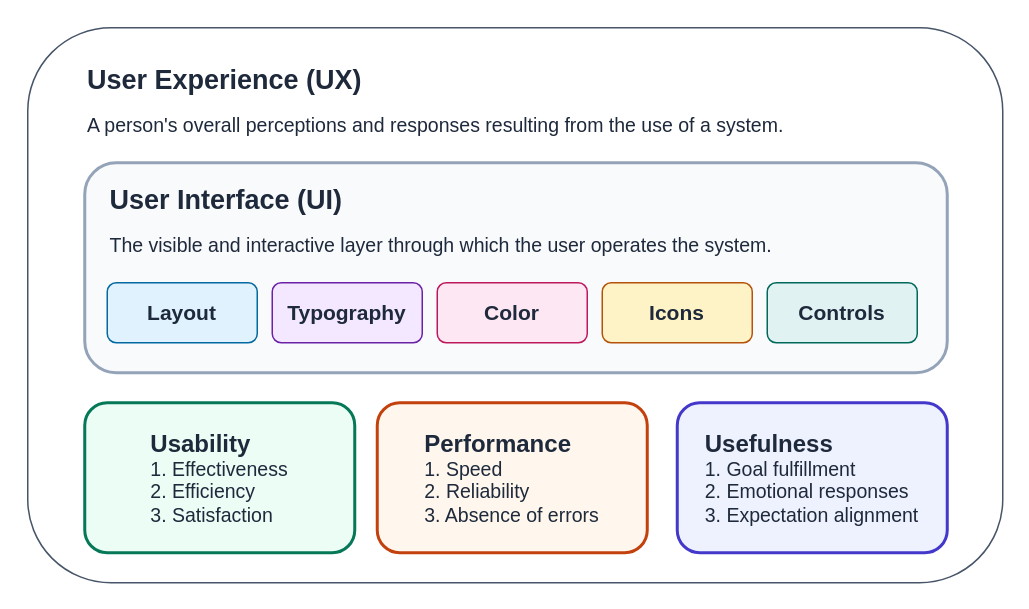
Earlier version of the draw.io diagram thesis_figure_one.drawio (Matasem-h/SimpleFlowcharts). Source tidied: cells renumbered, new cells numbered last; positions are measured from the earlier drawing's top-left corner, leaving out a move shared by most shapes. Both pictures are drawn from the tidied source at 150%, with x=0, y=0 at pixel (27, 27).
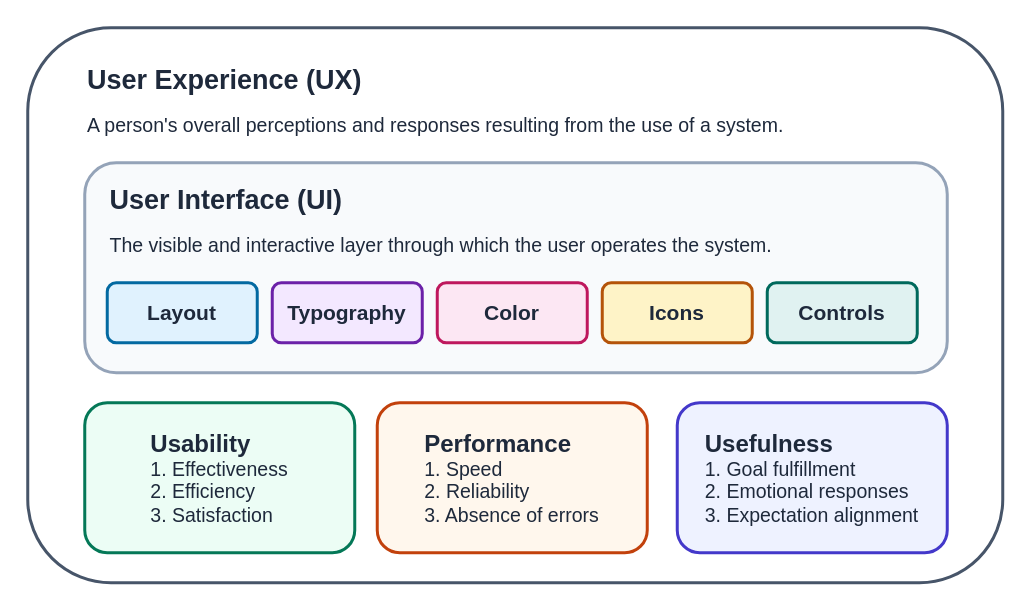
The same diagram, later.

Change to the diagram source:
```diff
@@
 <mxGraphModel>
   <root>
     <mxCell id="0" />
     <mxCell id="1" parent="0" />
-    <mxCell id="2" style="rounded=1;whiteSpace=wrap;html=1;align=left;fillColor=#FFFFFF;strokeColor=#475569;fontColor=#1E293B;" parent="1" vertex="1">
+    <mxCell id="2" style="rounded=1;whiteSpace=wrap;html=1;align=left;fillColor=#FFFFFF;strokeColor=#475569;fontColor=#1E293B;strokeWidth=2;" parent="1" vertex="1">
       <mxGeometry width="650" height="370" as="geometry" />
     </mxCell>
     <mxCell id="3" value="&lt;font style=&quot;font-size: 18px;&quot;&gt;&lt;b&gt;User Experience (UX)&lt;/b&gt;&lt;/font&gt;" style="text;html=1;whiteSpace=wrap;strokeColor=none;fillColor=none;align=left;verticalAlign=middle;rounded=0;fontColor=#1E293B;" parent="1" vertex="1">
       <mxGeometry x="38" y="20" width="252" height="30" as="geometry" />
     </mxCell>
     <mxCell id="4" value="&lt;font&gt;A person's overall perceptions and responses resulting from the use of a system.&lt;/font&gt;" style="text;html=1;whiteSpace=wrap;strokeColor=none;fillColor=none;align=left;verticalAlign=middle;rounded=0;fontSize=13;fontColor=#1E293B;" parent="1" vertex="1">
       <mxGeometry x="38" y="50" width="575" height="30" as="geometry" />
     </mxCell>
     <mxCell id="5" style="rounded=1;whiteSpace=wrap;html=1;align=left;fontColor=#1E293B;fillColor=#F8FAFC;strokeColor=#94A3B8;strokeWidth=2;" parent="1" vertex="1">
       <mxGeometry x="38" y="90" width="575" height="140" as="geometry" />
     </mxCell>
     <mxCell id="6" value="&lt;font style=&quot;font-size: 18px;&quot;&gt;&lt;b&gt;User Interface (UI)&lt;/b&gt;&lt;/font&gt;" style="text;html=1;whiteSpace=wrap;strokeColor=none;fillColor=none;align=left;verticalAlign=middle;rounded=0;fontColor=#1E293B;" parent="1" vertex="1">
       <mxGeometry x="53" y="100" width="210" height="30" as="geometry" />
     </mxCell>
     <mxCell id="7" value="&lt;font&gt;The visible and interactive layer through which the user operates the system.&amp;nbsp;&lt;/font&gt;" style="text;html=1;whiteSpace=wrap;strokeColor=none;fillColor=none;align=left;verticalAlign=middle;rounded=0;fontSize=13;fontColor=#1E293B;" parent="1" vertex="1">
       <mxGeometry x="53" y="130" width="560" height="30" as="geometry" />
     </mxCell>
-    <mxCell id="8" value="Layout" style="rounded=1;whiteSpace=wrap;html=1;fontSize=14;fontColor=#1E293B;fillColor=#E0F2FE;fontStyle=1;strokeColor=#0369A1;" parent="1" vertex="1">
+    <mxCell id="8" value="Layout" style="rounded=1;whiteSpace=wrap;html=1;fontSize=14;fontColor=#1E293B;fillColor=#E0F2FE;fontStyle=1;strokeColor=#0369A1;strokeWidth=2;" parent="1" vertex="1">
       <mxGeometry x="53" y="170" width="100" height="40" as="geometry" />
     </mxCell>
-    <mxCell id="9" value="Typography" style="rounded=1;whiteSpace=wrap;html=1;fontSize=14;fontColor=#1E293B;fillColor=#F3E8FF;fontStyle=1;strokeColor=#6B21A8;" parent="1" vertex="1">
+    <mxCell id="9" value="Typography" style="rounded=1;whiteSpace=wrap;html=1;fontSize=14;fontColor=#1E293B;fillColor=#F3E8FF;fontStyle=1;strokeColor=#6B21A8;strokeWidth=2;" parent="1" vertex="1">
       <mxGeometry x="163" y="170" width="100" height="40" as="geometry" />
     </mxCell>
-    <mxCell id="10" value="Color" style="rounded=1;whiteSpace=wrap;html=1;fontSize=14;fontColor=#1E293B;fillColor=#FCE7F3;fontStyle=1;strokeColor=#BE185D;" parent="1" vertex="1">
+    <mxCell id="10" value="Color" style="rounded=1;whiteSpace=wrap;html=1;fontSize=14;fontColor=#1E293B;fillColor=#FCE7F3;fontStyle=1;strokeColor=#BE185D;strokeWidth=2;" parent="1" vertex="1">
       <mxGeometry x="273" y="170" width="100" height="40" as="geometry" />
     </mxCell>
-    <mxCell id="11" value="Controls" style="rounded=1;whiteSpace=wrap;html=1;fontSize=14;fontColor=#1E293B;fillColor=#E0F2F1;fontStyle=1;strokeColor=#00695C;" parent="1" vertex="1">
+    <mxCell id="11" value="Controls" style="rounded=1;whiteSpace=wrap;html=1;fontSize=14;fontColor=#1E293B;fillColor=#E0F2F1;fontStyle=1;strokeColor=#00695C;strokeWidth=2;" parent="1" vertex="1">
       <mxGeometry x="493" y="170" width="100" height="40" as="geometry" />
     </mxCell>
-    <mxCell id="12" value="Icons" style="rounded=1;whiteSpace=wrap;html=1;fontSize=14;fontColor=#1E293B;fillColor=#FEF3C7;fontStyle=1;strokeColor=#B45309;" parent="1" vertex="1">
+    <mxCell id="12" value="Icons" style="rounded=1;whiteSpace=wrap;html=1;fontSize=14;fontColor=#1E293B;fillColor=#FEF3C7;fontStyle=1;strokeColor=#B45309;strokeWidth=2;" parent="1" vertex="1">
       <mxGeometry x="383" y="170" width="100" height="40" as="geometry" />
     </mxCell>
     <mxCell id="13" value="&lt;div align=&quot;left&quot;&gt;&lt;font style=&quot;font-size: 16px;&quot;&gt;&lt;b&gt;Usability&lt;/b&gt;&lt;/font&gt;&lt;/div&gt;&lt;div align=&quot;left&quot;&gt;&lt;font style=&quot;font-size: 13px;&quot;&gt;1. Effectiveness&lt;/font&gt;&lt;/div&gt;&lt;div align=&quot;left&quot;&gt;&lt;font style=&quot;font-size: 13px;&quot;&gt;2. Efficiency&lt;/font&gt;&lt;/div&gt;&lt;div align=&quot;left&quot;&gt;&lt;font style=&quot;font-size: 13px;&quot;&gt;3. Satisfaction&lt;/font&gt;&lt;/div&gt;" style="rounded=1;whiteSpace=wrap;html=1;roundedPerimeter=1;fontColor=#1E293B;fillColor=#ECFDF5;strokeColor=#047857;strokeWidth=2;" parent="1" vertex="1">
       <mxGeometry x="38" y="250" width="180" height="100" as="geometry" />
     </mxCell>
     <mxCell id="14" value="&lt;div align=&quot;left&quot;&gt;&lt;font style=&quot;font-size: 16px;&quot;&gt;&lt;b&gt;Performance&lt;/b&gt;&lt;/font&gt;&lt;/div&gt;&lt;div align=&quot;left&quot;&gt;&lt;font style=&quot;font-size: 13px;&quot;&gt;1. Speed&lt;/font&gt;&lt;/div&gt;&lt;div align=&quot;left&quot;&gt;&lt;font style=&quot;font-size: 13px;&quot;&gt;2. Reliability&lt;/font&gt;&lt;/div&gt;&lt;div align=&quot;left&quot;&gt;&lt;font style=&quot;font-size: 13px;&quot;&gt;3. Absence of errors&lt;/font&gt;&lt;/div&gt;" style="rounded=1;whiteSpace=wrap;html=1;roundedPerimeter=1;fontColor=#1E293B;fillColor=#FFF7ED;strokeWidth=2;strokeColor=#C2410C;" parent="1" vertex="1">
       <mxGeometry x="233" y="250" width="180" height="100" as="geometry" />
     </mxCell>
     <mxCell id="15" value="&lt;div align=&quot;left&quot;&gt;&lt;font style=&quot;font-size: 16px;&quot;&gt;&lt;b&gt;Usefulness&lt;/b&gt;&lt;/font&gt;&lt;/div&gt;&lt;div align=&quot;left&quot;&gt;&lt;font style=&quot;font-size: 13px;&quot;&gt;1. Goal fulfillment&lt;/font&gt;&lt;/div&gt;&lt;div align=&quot;left&quot;&gt;&lt;font style=&quot;font-size: 13px;&quot;&gt;2. Emotional responses&lt;/font&gt;&lt;/div&gt;&lt;div align=&quot;left&quot;&gt;&lt;font style=&quot;font-size: 13px;&quot;&gt;3. Expectation alignment&lt;/font&gt;&lt;/div&gt;" style="rounded=1;whiteSpace=wrap;html=1;roundedPerimeter=1;fontColor=#1E293B;fillColor=#EEF2FF;strokeWidth=2;strokeColor=#4338CA;" parent="1" vertex="1">
       <mxGeometry x="433" y="250" width="180" height="100" as="geometry" />
     </mxCell>
   </root>
 </mxGraphModel>
```
